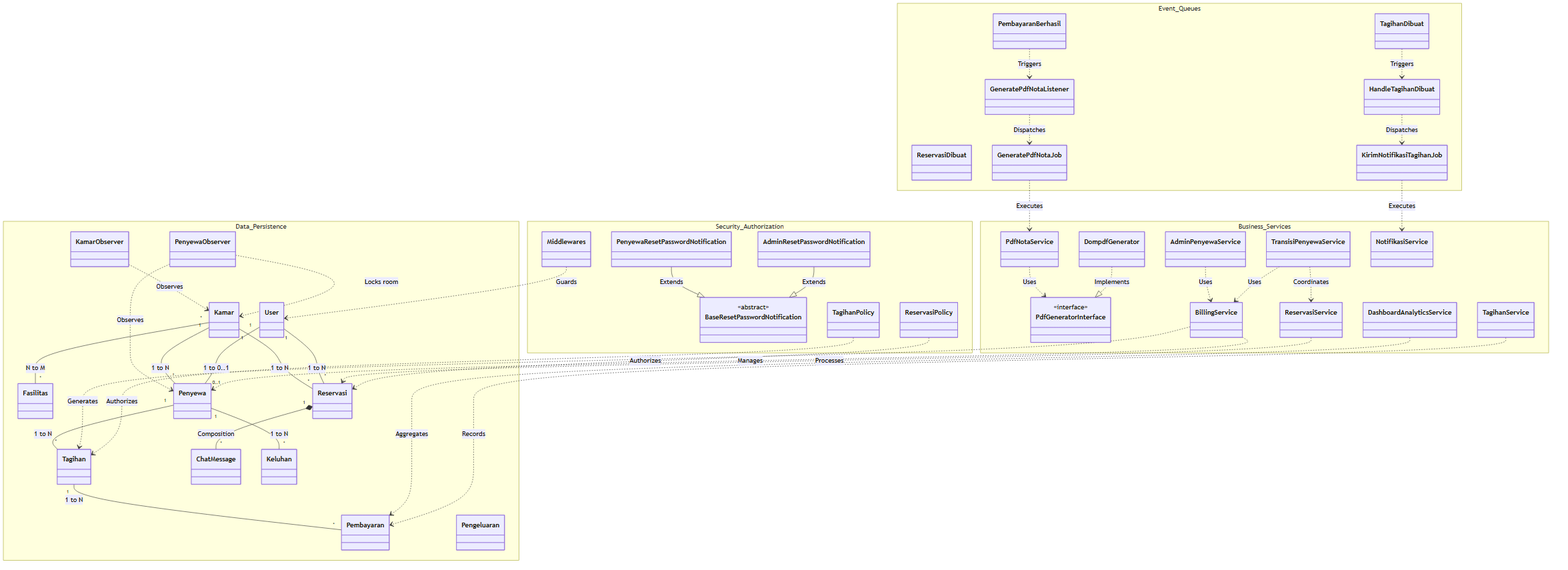
Before: Blueprint/class/class_relasi_struktural_global.png, a diagram exported from Mermaid (rafifarsyapradiva/asri-boarding-house). Its source is kept beside it as Blueprint/class/class_relasi_struktural_global.mmd.
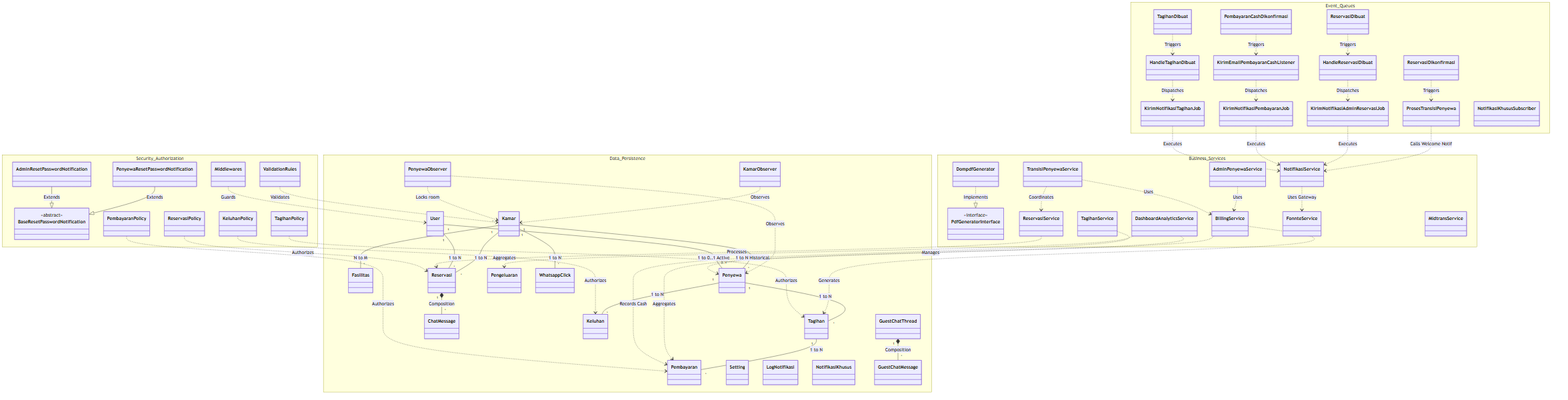
Later version of the same file.

What changed in the source:
```diff
@@ -7,13 +7,15 @@
         class PenyewaResetPasswordNotification
         class ReservasiPolicy
         class TagihanPolicy
+        class PembayaranPolicy
+        class KeluhanPolicy
         class Middlewares
+        class ValidationRules
     }
 
     namespace Business_Services {
         class PdfGeneratorInterface { <<interface>> }
         class DompdfGenerator
-        class PdfNotaService
         class BillingService
         class ReservasiService
         class TransisiPenyewaService
@@ -21,16 +23,23 @@
         class TagihanService
         class DashboardAnalyticsService
         class NotifikasiService
+        class FonnteService
+        class MidtransService
     }
 
     namespace Event_Queues {
+        class TagihanDibuat
+        class HandleTagihanDibuat
+        class KirimNotifikasiTagihanJob
+        class PembayaranCashDikonfirmasi
+        class KirimEmailPembayaranCashListener
+        class KirimNotifikasiPembayaranJob
         class ReservasiDibuat
-        class TagihanDibuat
-        class PembayaranBerhasil
-        class HandleTagihanDibuat
-        class GeneratePdfNotaListener
-        class KirimNotifikasiTagihanJob
-        class GeneratePdfNotaJob
+        class HandleReservasiDibuat
+        class KirimNotifikasiAdminReservasiJob
+        class ReservasiDikonfirmasi
+        class ProsesTransisiPenyewa
+        class NotifikasiKhususSubscriber
     }
 
     namespace Data_Persistence {
@@ -44,6 +53,12 @@
         class ChatMessage
         class Keluhan
         class Pengeluaran
+        class Setting
+        class LogNotifikasi
+        class NotifikasiKhusus
+        class GuestChatThread
+        class GuestChatMessage
+        class WhatsappClick
         class PenyewaObserver
         class KamarObserver
     }
@@ -51,31 +66,43 @@
     AdminResetPasswordNotification --|> BaseResetPasswordNotification : Extends
     PenyewaResetPasswordNotification --|> BaseResetPasswordNotification : Extends
     DompdfGenerator ..|> PdfGeneratorInterface : Implements
-    PdfNotaService ..> PdfGeneratorInterface : Uses
 
     TransisiPenyewaService ..> BillingService : Uses
     AdminPenyewaService ..> BillingService : Uses
     TransisiPenyewaService ..> ReservasiService : Coordinates
+    NotifikasiService ..> FonnteService : Uses Gateway
 
     ReservasiPolicy ..> Reservasi : Authorizes
     TagihanPolicy ..> Tagihan : Authorizes
+    PembayaranPolicy ..> Pembayaran : Authorizes
+    KeluhanPolicy ..> Keluhan : Authorizes
     Middlewares ..> User : Guards
+    ValidationRules ..> Kamar : Validates
 
     BillingService ..> Tagihan : Generates
     BillingService ..> Penyewa : Manages
     ReservasiService ..> Reservasi : Processes
-    TagihanService ..> Pembayaran : Records
+    TagihanService ..> Pembayaran : Records Cash
     DashboardAnalyticsService ..> Pembayaran : Aggregates
+    DashboardAnalyticsService ..> Pengeluaran : Aggregates
 
     TagihanDibuat ..> HandleTagihanDibuat : Triggers
     HandleTagihanDibuat ..> KirimNotifikasiTagihanJob : Dispatches
     KirimNotifikasiTagihanJob ..> NotifikasiService : Executes
-    PembayaranBerhasil ..> GeneratePdfNotaListener : Triggers
-    GeneratePdfNotaListener ..> GeneratePdfNotaJob : Dispatches
-    GeneratePdfNotaJob ..> PdfNotaService : Executes
 
-    User "1" -- "0..1" Penyewa : 1 to 0..1
-    Kamar "1" -- "*" Penyewa : 1 to N
+    PembayaranCashDikonfirmasi ..> KirimEmailPembayaranCashListener : Triggers
+    KirimEmailPembayaranCashListener ..> KirimNotifikasiPembayaranJob : Dispatches
+    KirimNotifikasiPembayaranJob ..> NotifikasiService : Executes
+
+    ReservasiDibuat ..> HandleReservasiDibuat : Triggers
+    HandleReservasiDibuat ..> KirimNotifikasiAdminReservasiJob : Dispatches
+    KirimNotifikasiAdminReservasiJob ..> NotifikasiService : Executes
+
+    ReservasiDikonfirmasi ..> ProsesTransisiPenyewa : Triggers
+    ProsesTransisiPenyewa ..> NotifikasiService : Calls Welcome Notif
+
+    User "1" -- "0..1" Penyewa : 1 to 0..1 Active
+    Kamar "1" -- "*" Penyewa : 1 to N Historical
     Kamar "*" -- "*" Fasilitas : N to M
     Penyewa "1" -- "*" Tagihan : 1 to N
     Tagihan "1" -- "*" Pembayaran : 1 to N
@@ -83,6 +110,8 @@
     Kamar "1" -- "*" Reservasi : 1 to N
     Reservasi "1" *-- "*" ChatMessage : Composition
     Penyewa "1" -- "*" Keluhan : 1 to N
+    GuestChatThread "1" *-- "*" GuestChatMessage : Composition
+    Kamar "1" -- "*" WhatsappClick : 1 to N
 
     PenyewaObserver ..> Penyewa : Observes
     PenyewaObserver ..> Kamar : Locks room
```
